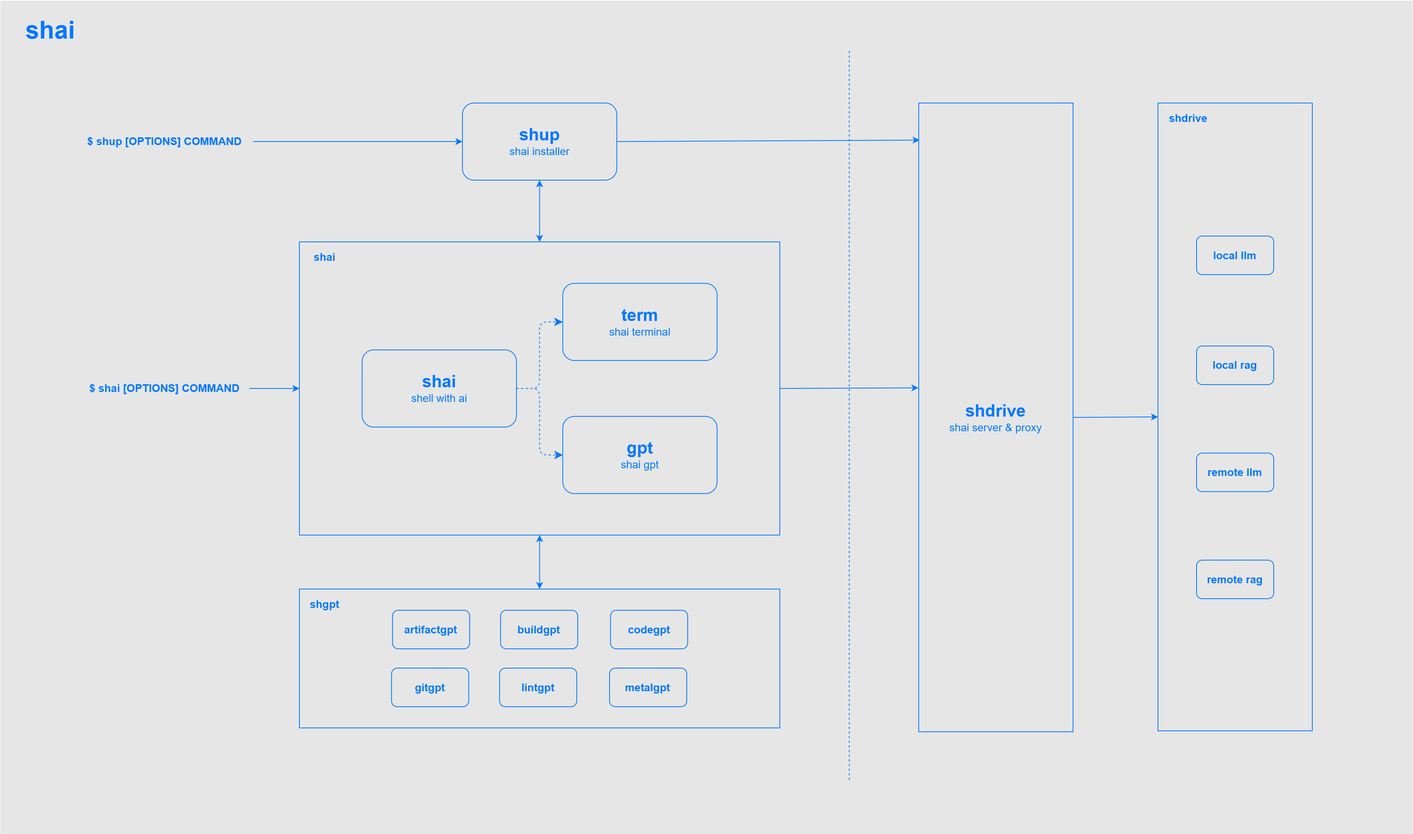
This is profile/arch.png from ai-flowx/.github, a draw.io export, as it was before one commit. Source tidied: cells renumbered, new cells last; positions are measured from the earlier drawing's top-left corner, leaving out a move shared by most shapes.
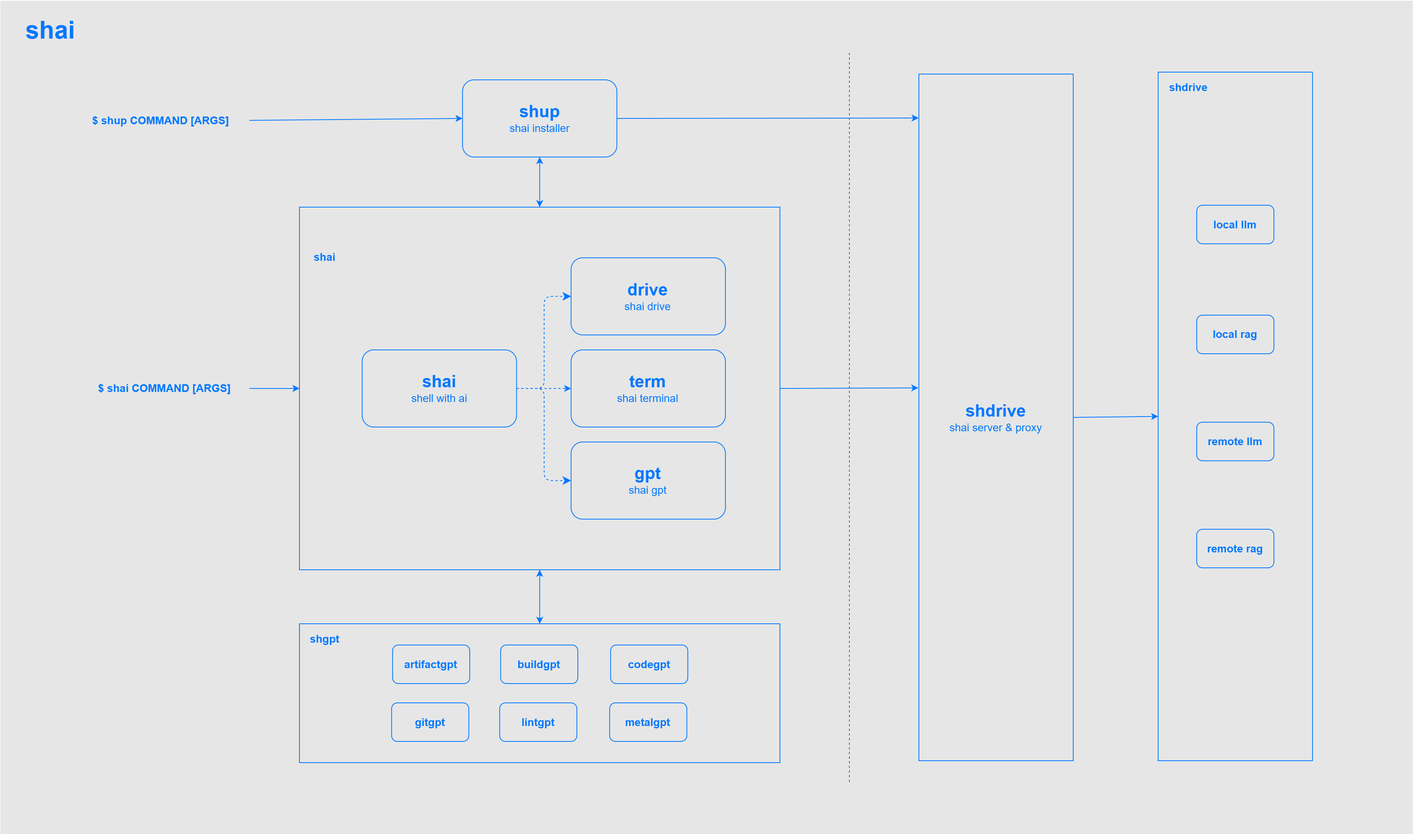
After the change.

Commit message:
docs(profile): update arch files

What changed in the source:
```diff
@@ -6,94 +6,94 @@
       <mxGeometry y="0.5" width="1830" height="1080" as="geometry" />
     </mxCell>
     <mxCell id="3" value="&lt;font color=&quot;#0077ff&quot; style=&quot;&quot;&gt;&lt;br&gt;&lt;/font&gt;" style="rounded=0;whiteSpace=wrap;html=1;strokeColor=#0077FF;fillColor=none;shadow=0;" parent="1" vertex="1">
-      <mxGeometry x="387.5" y="763" width="622.5" height="180" as="geometry" />
+      <mxGeometry x="387.5" y="808" width="622.5" height="180" as="geometry" />
     </mxCell>
     <mxCell id="4" style="rounded=0;whiteSpace=wrap;html=1;strokeColor=#0077FF;fontSize=14;fontColor=#0077FF;fillColor=none;" parent="1" vertex="1">
-      <mxGeometry x="387.5" y="313" width="622.5" height="380" as="geometry" />
+      <mxGeometry x="387.5" y="268" width="622.5" height="470" as="geometry" />
     </mxCell>
     <mxCell id="5" value="&lt;font color=&quot;#0077ff&quot; style=&quot;&quot;&gt;&lt;span style=&quot;font-weight: bold; font-size: 22px;&quot;&gt;shai&lt;/span&gt;&lt;br&gt;&lt;font style=&quot;font-size: 14px;&quot;&gt;shell with ai&lt;/font&gt;&lt;br&gt;&lt;/font&gt;" style="rounded=1;whiteSpace=wrap;html=1;strokeColor=#0077FF;fillColor=none;shadow=0;" parent="1" vertex="1">
       <mxGeometry x="468.8" y="453" width="200" height="100" as="geometry" />
     </mxCell>
-    <mxCell id="6" value="$&amp;nbsp;shai [OPTIONS] COMMAND" style="text;html=1;strokeColor=none;fillColor=none;align=center;verticalAlign=middle;whiteSpace=wrap;rounded=0;fontStyle=1;dashed=1;fontColor=#0077FF;fontSize=14;" parent="1" vertex="1">
+    <mxCell id="6" value="$&amp;nbsp;shai COMMAND [ARGS]" style="text;html=1;strokeColor=none;fillColor=none;align=center;verticalAlign=middle;whiteSpace=wrap;rounded=0;fontStyle=1;dashed=1;fontColor=#0077FF;fontSize=14;" parent="1" vertex="1">
       <mxGeometry x="102.5" y="480.5" width="220" height="45" as="geometry" />
     </mxCell>
-    <mxCell id="7" value="$&amp;nbsp;shup [OPTIONS] COMMAND" style="text;html=1;strokeColor=none;fillColor=none;align=center;verticalAlign=middle;whiteSpace=wrap;rounded=0;fontStyle=1;dashed=1;fontColor=#0077FF;fontSize=14;" parent="1" vertex="1">
-      <mxGeometry x="97.5" y="160.5" width="230" height="45" as="geometry" />
+    <mxCell id="7" value="$&amp;nbsp;shup COMMAND [ARGS]" style="text;html=1;strokeColor=none;fillColor=none;align=center;verticalAlign=middle;whiteSpace=wrap;rounded=0;fontStyle=1;dashed=1;fontColor=#0077FF;fontSize=14;" parent="1" vertex="1">
+      <mxGeometry x="92.5" y="133" width="230" height="45" as="geometry" />
     </mxCell>
     <mxCell id="8" style="endArrow=classic;html=1;fontSize=14;fontColor=#0077FF;entryX=0;entryY=0.5;entryDx=0;entryDy=0;exitX=1;exitY=0.5;exitDx=0;exitDy=0;strokeColor=#0077FF;" parent="1" edge="1" source="6" target="4">
       <mxGeometry relative="1" as="geometry" />
     </mxCell>
     <mxCell id="9" value="&lt;font color=&quot;#0077ff&quot; style=&quot;&quot;&gt;&lt;span style=&quot;font-weight: bold; font-size: 22px;&quot;&gt;shup&lt;/span&gt;&lt;br&gt;&lt;font style=&quot;font-size: 14px;&quot;&gt;shai installer&lt;/font&gt;&lt;br&gt;&lt;/font&gt;" style="rounded=1;whiteSpace=wrap;html=1;strokeColor=#0077FF;fillColor=none;shadow=0;" parent="1" vertex="1">
-      <mxGeometry x="598.8" y="133" width="200" height="100" as="geometry" />
+      <mxGeometry x="598.8" y="103" width="200" height="100" as="geometry" />
     </mxCell>
     <mxCell id="10" value="&lt;font color=&quot;#0077ff&quot; style=&quot;&quot;&gt;&lt;span style=&quot;font-weight: bold; font-size: 22px;&quot;&gt;shdrive&lt;/span&gt;&lt;br&gt;&lt;font style=&quot;font-size: 14px;&quot;&gt;shai server &amp;amp; proxy&lt;/font&gt;&lt;br&gt;&lt;/font&gt;" style="rounded=0;whiteSpace=wrap;html=1;strokeColor=#0077FF;fillColor=none;shadow=0;" parent="1" vertex="1">
-      <mxGeometry x="1190" y="133" width="200" height="815" as="geometry" />
+      <mxGeometry x="1190" y="95.5" width="200" height="890" as="geometry" />
     </mxCell>
-    <mxCell id="11" value="&lt;span style=&quot;border-color: var(--border-color); color: rgb(0, 119, 255); font-weight: bold; font-size: 22px;&quot;&gt;term&lt;/span&gt;&lt;br style=&quot;border-color: var(--border-color); color: rgb(0, 119, 255);&quot;&gt;&lt;font style=&quot;border-color: var(--border-color); color: rgb(0, 119, 255); font-size: 14px;&quot;&gt;shai terminal&lt;/font&gt;&lt;font color=&quot;#0077ff&quot; style=&quot;&quot;&gt;&lt;br&gt;&lt;/font&gt;" style="rounded=1;whiteSpace=wrap;html=1;strokeColor=#0077FF;fillColor=none;shadow=0;" parent="1" vertex="1">
-      <mxGeometry x="728.8" y="366.8" width="200" height="100" as="geometry" />
+    <mxCell id="11" value="&lt;span style=&quot;border-color: var(--border-color); color: rgb(0, 119, 255); font-weight: bold; font-size: 22px;&quot;&gt;drive&lt;/span&gt;&lt;br style=&quot;border-color: var(--border-color); color: rgb(0, 119, 255);&quot;&gt;&lt;font style=&quot;border-color: var(--border-color); color: rgb(0, 119, 255); font-size: 14px;&quot;&gt;shai drive&lt;/font&gt;&lt;font color=&quot;#0077ff&quot; style=&quot;&quot;&gt;&lt;br&gt;&lt;/font&gt;" style="rounded=1;whiteSpace=wrap;html=1;strokeColor=#0077FF;fillColor=none;shadow=0;" parent="1" vertex="1">
+      <mxGeometry x="739.4" y="333.6" width="200" height="100" as="geometry" />
     </mxCell>
     <mxCell id="12" style="endArrow=classic;html=1;fontSize=14;fontColor=#0077FF;entryX=0;entryY=0.5;entryDx=0;entryDy=0;exitX=1;exitY=0.5;exitDx=0;exitDy=0;strokeColor=#0077FF;" parent="1" edge="1" source="7" target="9">
       <mxGeometry relative="1" as="geometry" />
     </mxCell>
     <mxCell id="13" value="&lt;font color=&quot;#0077ff&quot; style=&quot;&quot;&gt;&lt;br&gt;&lt;/font&gt;" style="rounded=0;whiteSpace=wrap;html=1;strokeColor=#0077FF;fillColor=none;shadow=0;" parent="1" vertex="1">
-      <mxGeometry x="1500" y="133" width="200" height="813.8" as="geometry" />
+      <mxGeometry x="1500" y="93" width="200" height="892.5" as="geometry" />
     </mxCell>
     <mxCell id="14" value="&lt;font color=&quot;#0077ff&quot; style=&quot;&quot;&gt;&lt;b style=&quot;&quot;&gt;&lt;font style=&quot;font-size: 14px;&quot;&gt;local llm&lt;/font&gt;&lt;/b&gt;&lt;br&gt;&lt;/font&gt;" style="rounded=1;whiteSpace=wrap;html=1;strokeColor=#0077FF;fillColor=none;shadow=0;" parent="1" vertex="1">
-      <mxGeometry x="1550" y="305.5" width="100" height="50" as="geometry" />
+      <mxGeometry x="1550" y="265.5" width="100" height="50" as="geometry" />
     </mxCell>
     <mxCell id="15" value="&lt;font color=&quot;#0077ff&quot; style=&quot;&quot;&gt;&lt;b style=&quot;&quot;&gt;&lt;font style=&quot;font-size: 14px;&quot;&gt;local rag&lt;/font&gt;&lt;/b&gt;&lt;br&gt;&lt;/font&gt;" style="rounded=1;whiteSpace=wrap;html=1;strokeColor=#0077FF;fillColor=none;shadow=0;" parent="1" vertex="1">
-      <mxGeometry x="1550" y="448" width="100" height="50" as="geometry" />
+      <mxGeometry x="1550" y="408" width="100" height="50" as="geometry" />
     </mxCell>
     <mxCell id="16" value="&lt;font color=&quot;#0077ff&quot; style=&quot;&quot;&gt;&lt;b style=&quot;&quot;&gt;&lt;font style=&quot;font-size: 14px;&quot;&gt;remote llm&lt;/font&gt;&lt;/b&gt;&lt;br&gt;&lt;/font&gt;" style="rounded=1;whiteSpace=wrap;html=1;strokeColor=#0077FF;fillColor=none;shadow=0;" parent="1" vertex="1">
-      <mxGeometry x="1550" y="586.8" width="100" height="50" as="geometry" />
+      <mxGeometry x="1550" y="546.8" width="100" height="50" as="geometry" />
     </mxCell>
     <mxCell id="17" value="&lt;font color=&quot;#0077ff&quot; style=&quot;&quot;&gt;&lt;b style=&quot;&quot;&gt;&lt;font style=&quot;font-size: 14px;&quot;&gt;remote rag&lt;/font&gt;&lt;/b&gt;&lt;br&gt;&lt;/font&gt;" style="rounded=1;whiteSpace=wrap;html=1;strokeColor=#0077FF;fillColor=none;shadow=0;" parent="1" vertex="1">
-      <mxGeometry x="1550" y="725.5" width="100" height="50" as="geometry" />
+      <mxGeometry x="1550" y="685.5" width="100" height="50" as="geometry" />
     </mxCell>
-    <mxCell id="18" style="endArrow=classic;html=1;fontSize=14;fontColor=#0077FF;entryX=0.006;entryY=0.059;entryDx=0;entryDy=0;exitX=1;exitY=0.5;exitDx=0;exitDy=0;strokeColor=#0077FF;entryPerimeter=0;" parent="1" edge="1" source="9" target="10">
+    <mxCell id="18" style="endArrow=classic;html=1;fontSize=14;fontColor=#0077FF;entryX=-0.002;entryY=0.064;entryDx=0;entryDy=0;exitX=1;exitY=0.5;exitDx=0;exitDy=0;strokeColor=#0077FF;entryPerimeter=0;" parent="1" edge="1" source="9" target="10">
       <mxGeometry relative="1" as="geometry" />
     </mxCell>
-    <mxCell id="19" style="endArrow=classic;html=1;fontSize=14;fontColor=#0077FF;entryX=-0.002;entryY=0.453;entryDx=0;entryDy=0;exitX=1;exitY=0.5;exitDx=0;exitDy=0;strokeColor=#0077FF;entryPerimeter=0;" parent="1" edge="1" source="4" target="10">
+    <mxCell id="19" style="endArrow=classic;html=1;fontSize=14;fontColor=#0077FF;entryX=-0.004;entryY=0.457;entryDx=0;entryDy=0;exitX=1;exitY=0.5;exitDx=0;exitDy=0;strokeColor=#0077FF;entryPerimeter=0;" parent="1" edge="1" source="4" target="10">
       <mxGeometry relative="1" as="geometry" />
     </mxCell>
     <mxCell id="20" style="endArrow=classic;html=1;fontSize=14;fontColor=#0077FF;exitX=1;exitY=0.5;exitDx=0;exitDy=0;strokeColor=#0077FF;entryX=0;entryY=0.5;entryDx=0;entryDy=0;" parent="1" edge="1" source="10" target="13">
       <mxGeometry relative="1" as="geometry" />
     </mxCell>
     <mxCell id="21" value="&lt;font color=&quot;#0077ff&quot; style=&quot;&quot;&gt;&lt;b style=&quot;&quot;&gt;&lt;font style=&quot;font-size: 14px;&quot;&gt;artifactgpt&lt;/font&gt;&lt;/b&gt;&lt;br&gt;&lt;/font&gt;" style="rounded=1;whiteSpace=wrap;html=1;strokeColor=#0077FF;fillColor=none;shadow=0;" parent="1" vertex="1">
-      <mxGeometry x="508.1" y="790.5" width="100" height="50" as="geometry" />
+      <mxGeometry x="508.1" y="835.5" width="100" height="50" as="geometry" />
     </mxCell>
     <mxCell id="22" value="&lt;font color=&quot;#0077ff&quot; style=&quot;&quot;&gt;&lt;b style=&quot;&quot;&gt;&lt;font style=&quot;font-size: 14px;&quot;&gt;buildgpt&lt;/font&gt;&lt;/b&gt;&lt;br&gt;&lt;/font&gt;" style="rounded=1;whiteSpace=wrap;html=1;strokeColor=#0077FF;fillColor=none;shadow=0;" parent="1" vertex="1">
-      <mxGeometry x="648.1" y="790.5" width="100" height="50" as="geometry" />
+      <mxGeometry x="648.1" y="835.5" width="100" height="50" as="geometry" />
     </mxCell>
     <mxCell id="23" value="&lt;font color=&quot;#0077ff&quot; style=&quot;&quot;&gt;&lt;b style=&quot;&quot;&gt;&lt;font style=&quot;font-size: 14px;&quot;&gt;codegpt&lt;/font&gt;&lt;/b&gt;&lt;br&gt;&lt;/font&gt;" style="rounded=1;whiteSpace=wrap;html=1;strokeColor=#0077FF;fillColor=none;shadow=0;" parent="1" vertex="1">
-      <mxGeometry x="790.6" y="790.5" width="100" height="50" as="geometry" />
+      <mxGeometry x="790.6" y="835.5" width="100" height="50" as="geometry" />
     </mxCell>
     <mxCell id="24" value="&lt;font color=&quot;#0077ff&quot; style=&quot;&quot;&gt;&lt;b style=&quot;&quot;&gt;&lt;font style=&quot;font-size: 14px;&quot;&gt;gitgpt&lt;/font&gt;&lt;/b&gt;&lt;br&gt;&lt;/font&gt;" style="rounded=1;whiteSpace=wrap;html=1;strokeColor=#0077FF;fillColor=none;shadow=0;" parent="1" vertex="1">
-      <mxGeometry x="506.9" y="865.5" width="100" height="50" as="geometry" />
+      <mxGeometry x="506.9" y="910.5" width="100" height="50" as="geometry" />
     </mxCell>
     <mxCell id="25" value="&lt;font color=&quot;#0077ff&quot; style=&quot;&quot;&gt;&lt;b style=&quot;&quot;&gt;&lt;font style=&quot;font-size: 14px;&quot;&gt;lintgpt&lt;/font&gt;&lt;/b&gt;&lt;br&gt;&lt;/font&gt;" style="rounded=1;whiteSpace=wrap;html=1;strokeColor=#0077FF;fillColor=none;shadow=0;" parent="1" vertex="1">
-      <mxGeometry x="646.9" y="865.5" width="100" height="50" as="geometry" />
+      <mxGeometry x="646.9" y="910.5" width="100" height="50" as="geometry" />
     </mxCell>
     <mxCell id="26" value="&lt;font color=&quot;#0077ff&quot; style=&quot;&quot;&gt;&lt;b style=&quot;&quot;&gt;&lt;font style=&quot;font-size: 14px;&quot;&gt;metalgpt&lt;/font&gt;&lt;/b&gt;&lt;br&gt;&lt;/font&gt;" style="rounded=1;whiteSpace=wrap;html=1;strokeColor=#0077FF;fillColor=none;shadow=0;" parent="1" vertex="1">
-      <mxGeometry x="789.4" y="865.5" width="100" height="50" as="geometry" />
+      <mxGeometry x="789.4" y="910.5" width="100" height="50" as="geometry" />
     </mxCell>
     <mxCell id="27" value="shgpt" style="text;strokeColor=none;fillColor=none;html=1;fontSize=14;fontStyle=1;verticalAlign=middle;align=center;rounded=0;shadow=0;fontColor=#0077FF;" parent="1" vertex="1">
-      <mxGeometry x="387.5" y="763" width="65" height="40" as="geometry" />
+      <mxGeometry x="387.5" y="808" width="65" height="40" as="geometry" />
     </mxCell>
     <mxCell id="28" value="shai" style="text;strokeColor=none;fillColor=none;html=1;fontSize=14;fontStyle=1;verticalAlign=middle;align=center;rounded=0;shadow=0;fontColor=#0077FF;" parent="1" vertex="1">
       <mxGeometry x="387.5" y="313" width="65" height="40" as="geometry" />
     </mxCell>
     <mxCell id="29" value="shdrive" style="text;strokeColor=none;fillColor=none;html=1;fontSize=14;fontStyle=1;verticalAlign=middle;align=center;rounded=0;shadow=0;fontColor=#0077FF;" parent="1" vertex="1">
-      <mxGeometry x="1500" y="133" width="77.5" height="40" as="geometry" />
+      <mxGeometry x="1500" y="93" width="77.5" height="40" as="geometry" />
     </mxCell>
     <mxCell id="30" style="endArrow=none;html=1;strokeColor=#0077FF;dashed=1;" parent="1" edge="1">
       <mxGeometry relative="1" as="geometry">
-        <mxPoint x="1100" y="1010.5" as="sourcePoint" />
-        <mxPoint x="1100" y="65.5" as="targetPoint" />
+        <mxPoint x="1100" y="1013" as="sourcePoint" />
+        <mxPoint x="1100" y="68" as="targetPoint" />
       </mxGeometry>
     </mxCell>
     <mxCell id="31" value="&lt;font color=&quot;#0077ff&quot; style=&quot;&quot;&gt;&lt;span style=&quot;font-weight: bold; font-size: 22px;&quot;&gt;gpt&lt;/span&gt;&lt;br&gt;&lt;font style=&quot;font-size: 14px;&quot;&gt;shai gpt&lt;/font&gt;&lt;br&gt;&lt;/font&gt;" style="rounded=1;whiteSpace=wrap;html=1;strokeColor=#0077FF;fillColor=none;shadow=0;" parent="1" vertex="1">
-      <mxGeometry x="728.8" y="539.2" width="200" height="100" as="geometry" />
+      <mxGeometry x="739.4" y="572.4" width="200" height="100" as="geometry" />
     </mxCell>
     <mxCell id="32" style="edgeStyle=elbowEdgeStyle;elbow=horizontal;endArrow=classic;html=1;rounded=1;endSize=8;startSize=8;dashed=1;strokeColor=#0077FF;exitX=1;exitY=0.5;exitDx=0;exitDy=0;entryX=0;entryY=0.5;entryDx=0;entryDy=0;" parent="1" edge="1" source="5" target="11">
       <mxGeometry relative="1" as="geometry" />
@@ -110,5 +110,11 @@
     <mxCell id="36" value="shai" style="text;html=1;strokeColor=none;fillColor=none;align=center;verticalAlign=middle;whiteSpace=wrap;rounded=0;fontSize=32;fontStyle=1;fontColor=#0077FF;" parent="1" vertex="1">
       <mxGeometry y="0.5" width="130" height="77.5" as="geometry" />
     </mxCell>
+    <mxCell id="37" value="&lt;span style=&quot;border-color: var(--border-color); color: rgb(0, 119, 255); font-weight: bold; font-size: 22px;&quot;&gt;term&lt;/span&gt;&lt;br style=&quot;border-color: var(--border-color); color: rgb(0, 119, 255);&quot;&gt;&lt;font style=&quot;border-color: var(--border-color); color: rgb(0, 119, 255); font-size: 14px;&quot;&gt;shai terminal&lt;/font&gt;&lt;font color=&quot;#0077ff&quot; style=&quot;&quot;&gt;&lt;br&gt;&lt;/font&gt;" style="rounded=1;whiteSpace=wrap;html=1;strokeColor=#0077FF;fillColor=none;shadow=0;" parent="1" vertex="1">
+      <mxGeometry x="739.4" y="453" width="200" height="100" as="geometry" />
+    </mxCell>
+    <mxCell id="38" style="endArrow=classic;html=1;fontSize=14;fontColor=#0077FF;entryX=0;entryY=0.5;entryDx=0;entryDy=0;exitX=1;exitY=0.5;exitDx=0;exitDy=0;strokeColor=#0077FF;dashed=1;" parent="1" edge="1" source="5" target="37">
+      <mxGeometry relative="1" as="geometry" />
+    </mxCell>
   </root>
 </mxGraphModel>
```
